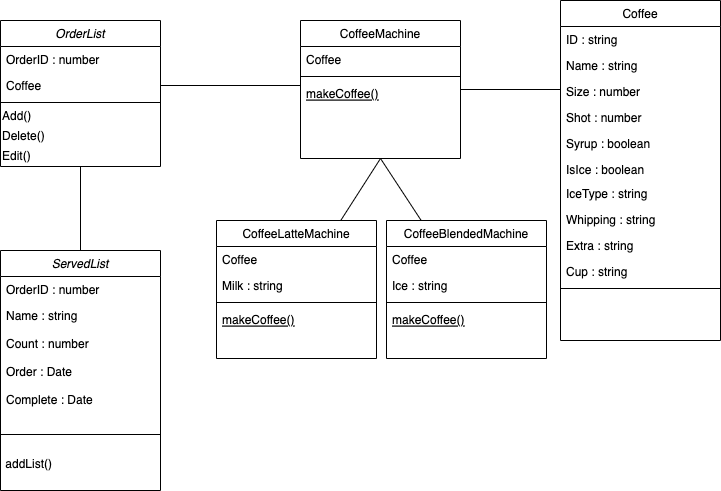
Earlier version of the draw.io export Untitled Diagram.drawio.png (pagers-org/TypeScript-OOP). Source tidied: cells renumbered, new cells last; positions are measured from the earlier drawing's top-left corner, leaving out a move shared by most shapes.
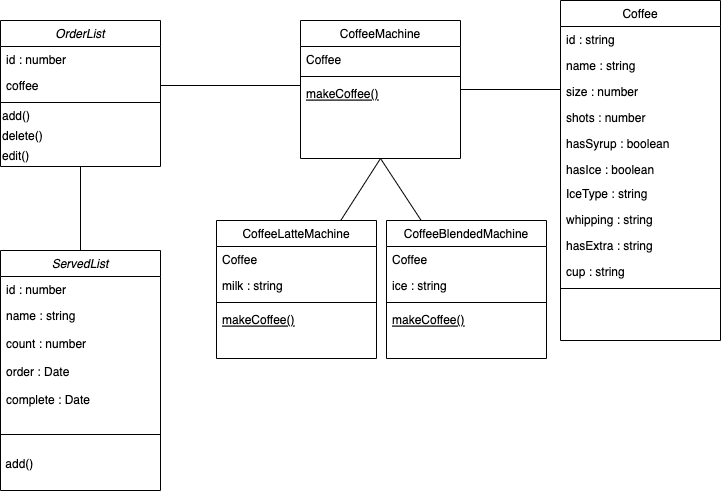
After the commit.

Change to the diagram source:
```diff
@@ -8,22 +8,22 @@
     <mxCell id="3" value="OrderList" style="swimlane;fontStyle=2;align=center;verticalAlign=top;horizontal=1;startSize=26;rounded=0;shadow=0;strokeWidth=1;" parent="1" vertex="1">
       <mxGeometry y="20" width="160" height="146" as="geometry" />
     </mxCell>
-    <mxCell id="4" value="OrderID : number" style="text;align=left;verticalAlign=top;spacingLeft=4;spacingRight=4;overflow=hidden;" parent="3" vertex="1">
+    <mxCell id="4" value="id : number" style="text;align=left;verticalAlign=top;spacingLeft=4;spacingRight=4;overflow=hidden;" parent="3" vertex="1">
       <mxGeometry y="26" width="160" height="26" as="geometry" />
     </mxCell>
-    <mxCell id="5" value="Coffee" style="text;align=left;verticalAlign=top;spacingLeft=4;spacingRight=4;overflow=hidden;points=[[0,0.5],[1,0.5]];portConstraint=eastwest;rounded=0;shadow=0;html=0;" parent="3" vertex="1">
+    <mxCell id="5" value="coffee" style="text;align=left;verticalAlign=top;spacingLeft=4;spacingRight=4;overflow=hidden;points=[[0,0.5],[1,0.5]];portConstraint=eastwest;rounded=0;shadow=0;html=0;" parent="3" vertex="1">
       <mxGeometry y="52" width="160" height="26" as="geometry" />
     </mxCell>
     <mxCell id="6" style="line;html=1;strokeWidth=1;align=left;verticalAlign=middle;spacingTop=-1;spacingLeft=3;spacingRight=3;labelPosition=right;" parent="3" vertex="1">
       <mxGeometry y="78" width="160" height="8" as="geometry" />
     </mxCell>
-    <mxCell id="7" value="Add()" style="text;html=1;align=left;verticalAlign=middle;strokeColor=none;fillColor=none;" parent="3" vertex="1">
+    <mxCell id="7" value="add()" style="text;html=1;align=left;verticalAlign=middle;strokeColor=none;fillColor=none;" parent="3" vertex="1">
       <mxGeometry y="86" width="160" height="20" as="geometry" />
     </mxCell>
-    <mxCell id="8" value="Delete()" style="text;html=1;align=left;verticalAlign=middle;strokeColor=none;fillColor=none;" parent="3" vertex="1">
+    <mxCell id="8" value="delete()" style="text;html=1;align=left;verticalAlign=middle;strokeColor=none;fillColor=none;" parent="3" vertex="1">
       <mxGeometry y="106" width="160" height="20" as="geometry" />
     </mxCell>
-    <mxCell id="9" value="Edit()" style="text;html=1;align=left;verticalAlign=middle;strokeColor=none;fillColor=none;" parent="3" vertex="1">
+    <mxCell id="9" value="edit()" style="text;html=1;align=left;verticalAlign=middle;strokeColor=none;fillColor=none;" parent="3" vertex="1">
       <mxGeometry y="126" width="160" height="20" as="geometry" />
     </mxCell>
     <mxCell id="10" style="rounded=0;jettySize=auto;html=1;endArrow=none;endFill=0;" parent="1" edge="1" source="11">
@@ -46,34 +46,34 @@
     <mxCell id="15" value="Coffee" style="swimlane;fontStyle=0;align=center;verticalAlign=top;horizontal=1;startSize=26;rounded=0;shadow=0;strokeWidth=1;" parent="1" vertex="1">
       <mxGeometry x="560" width="160" height="340" as="geometry" />
     </mxCell>
-    <mxCell id="16" value="ID : string&#10; " style="text;align=left;verticalAlign=top;spacingLeft=4;spacingRight=4;overflow=hidden;" parent="15" vertex="1">
+    <mxCell id="16" value="id : string&#10; " style="text;align=left;verticalAlign=top;spacingLeft=4;spacingRight=4;overflow=hidden;" parent="15" vertex="1">
       <mxGeometry y="26" width="160" height="26" as="geometry" />
     </mxCell>
-    <mxCell id="17" value="Name : string" style="text;align=left;verticalAlign=top;spacingLeft=4;spacingRight=4;overflow=hidden;rounded=0;shadow=0;html=0;" parent="15" vertex="1">
+    <mxCell id="17" value="name : string" style="text;align=left;verticalAlign=top;spacingLeft=4;spacingRight=4;overflow=hidden;rounded=0;shadow=0;html=0;" parent="15" vertex="1">
       <mxGeometry y="52" width="160" height="26" as="geometry" />
     </mxCell>
-    <mxCell id="18" value="Size : number" style="text;align=left;verticalAlign=top;spacingLeft=4;spacingRight=4;overflow=hidden;rounded=0;shadow=0;html=0;" parent="15" vertex="1">
+    <mxCell id="18" value="size : number" style="text;align=left;verticalAlign=top;spacingLeft=4;spacingRight=4;overflow=hidden;rounded=0;shadow=0;html=0;" parent="15" vertex="1">
       <mxGeometry y="78" width="160" height="26" as="geometry" />
     </mxCell>
-    <mxCell id="19" value="Shot : number" style="text;align=left;verticalAlign=top;spacingLeft=4;spacingRight=4;overflow=hidden;rounded=0;shadow=0;html=0;" parent="15" vertex="1">
+    <mxCell id="19" value="shots : number" style="text;align=left;verticalAlign=top;spacingLeft=4;spacingRight=4;overflow=hidden;rounded=0;shadow=0;html=0;" parent="15" vertex="1">
       <mxGeometry y="104" width="160" height="26" as="geometry" />
     </mxCell>
-    <mxCell id="20" value="Syrup : boolean" style="text;align=left;verticalAlign=top;spacingLeft=4;spacingRight=4;overflow=hidden;rounded=0;shadow=0;html=0;" parent="15" vertex="1">
+    <mxCell id="20" value="hasSyrup : boolean" style="text;align=left;verticalAlign=top;spacingLeft=4;spacingRight=4;overflow=hidden;rounded=0;shadow=0;html=0;" parent="15" vertex="1">
       <mxGeometry y="130" width="160" height="26" as="geometry" />
     </mxCell>
-    <mxCell id="21" value="IsIce : boolean" style="text;align=left;verticalAlign=top;spacingLeft=4;spacingRight=4;overflow=hidden;" parent="15" vertex="1">
+    <mxCell id="21" value="hasIce : boolean" style="text;align=left;verticalAlign=top;spacingLeft=4;spacingRight=4;overflow=hidden;" parent="15" vertex="1">
       <mxGeometry y="156" width="160" height="24" as="geometry" />
     </mxCell>
     <mxCell id="22" value="IceType : string" style="text;align=left;verticalAlign=top;spacingLeft=4;spacingRight=4;overflow=hidden;rounded=0;shadow=0;html=0;" parent="15" vertex="1">
       <mxGeometry y="180" width="160" height="26" as="geometry" />
     </mxCell>
-    <mxCell id="23" value="Whipping : string" style="text;align=left;verticalAlign=top;spacingLeft=4;spacingRight=4;overflow=hidden;" parent="15" vertex="1">
+    <mxCell id="23" value="whipping : string" style="text;align=left;verticalAlign=top;spacingLeft=4;spacingRight=4;overflow=hidden;" parent="15" vertex="1">
       <mxGeometry y="206" width="160" height="26" as="geometry" />
     </mxCell>
-    <mxCell id="24" value="Extra : string" style="text;align=left;verticalAlign=top;spacingLeft=4;spacingRight=4;overflow=hidden;" parent="15" vertex="1">
+    <mxCell id="24" value="hasExtra : string" style="text;align=left;verticalAlign=top;spacingLeft=4;spacingRight=4;overflow=hidden;" parent="15" vertex="1">
       <mxGeometry y="232" width="160" height="26" as="geometry" />
     </mxCell>
-    <mxCell id="25" value="Cup : string" style="text;align=left;verticalAlign=top;spacingLeft=4;spacingRight=4;overflow=hidden;" parent="15" vertex="1">
+    <mxCell id="25" value="cup : string" style="text;align=left;verticalAlign=top;spacingLeft=4;spacingRight=4;overflow=hidden;" parent="15" vertex="1">
       <mxGeometry y="258" width="160" height="26" as="geometry" />
     </mxCell>
     <mxCell id="26" style="line;html=1;strokeWidth=1;align=left;verticalAlign=middle;spacingTop=-1;spacingLeft=3;spacingRight=3;labelPosition=right;" parent="15" vertex="1">
@@ -90,25 +90,25 @@
     <mxCell id="29" value="ServedList" style="swimlane;fontStyle=2;align=center;verticalAlign=top;horizontal=1;startSize=26;rounded=0;shadow=0;strokeWidth=1;" parent="1" vertex="1">
       <mxGeometry y="250" width="160" height="240" as="geometry" />
     </mxCell>
-    <mxCell id="30" value="OrderID : number" style="text;align=left;verticalAlign=top;spacingLeft=4;spacingRight=4;overflow=hidden;" parent="29" vertex="1">
+    <mxCell id="30" value="id : number" style="text;align=left;verticalAlign=top;spacingLeft=4;spacingRight=4;overflow=hidden;" parent="29" vertex="1">
       <mxGeometry y="26" width="160" height="26" as="geometry" />
     </mxCell>
-    <mxCell id="31" value="Name : string&#10;" style="text;align=left;verticalAlign=top;spacingLeft=4;spacingRight=4;overflow=hidden;rounded=0;shadow=0;html=0;" parent="29" vertex="1">
+    <mxCell id="31" value="name : string&#10;" style="text;align=left;verticalAlign=top;spacingLeft=4;spacingRight=4;overflow=hidden;rounded=0;shadow=0;html=0;" parent="29" vertex="1">
       <mxGeometry y="52" width="160" height="28" as="geometry" />
     </mxCell>
-    <mxCell id="32" value="Count : number&#10;" style="text;align=left;verticalAlign=top;spacingLeft=4;spacingRight=4;overflow=hidden;rounded=0;shadow=0;html=0;" parent="29" vertex="1">
+    <mxCell id="32" value="count : number&#10;" style="text;align=left;verticalAlign=top;spacingLeft=4;spacingRight=4;overflow=hidden;rounded=0;shadow=0;html=0;" parent="29" vertex="1">
       <mxGeometry y="80" width="160" height="28" as="geometry" />
     </mxCell>
-    <mxCell id="33" value="Order : Date" style="text;align=left;verticalAlign=top;spacingLeft=4;spacingRight=4;overflow=hidden;rounded=0;shadow=0;html=0;" parent="29" vertex="1">
+    <mxCell id="33" value="order : Date" style="text;align=left;verticalAlign=top;spacingLeft=4;spacingRight=4;overflow=hidden;rounded=0;shadow=0;html=0;" parent="29" vertex="1">
       <mxGeometry y="108" width="160" height="28" as="geometry" />
     </mxCell>
-    <mxCell id="34" value="Complete : Date" style="text;align=left;verticalAlign=top;spacingLeft=4;spacingRight=4;overflow=hidden;rounded=0;shadow=0;html=0;" parent="29" vertex="1">
+    <mxCell id="34" value="complete : Date" style="text;align=left;verticalAlign=top;spacingLeft=4;spacingRight=4;overflow=hidden;rounded=0;shadow=0;html=0;" parent="29" vertex="1">
       <mxGeometry y="136" width="160" height="28" as="geometry" />
     </mxCell>
     <mxCell id="35" style="line;html=1;strokeWidth=1;align=left;verticalAlign=middle;spacingTop=-1;spacingLeft=3;spacingRight=3;labelPosition=right;" parent="29" vertex="1">
       <mxGeometry y="164" width="160" height="40" as="geometry" />
     </mxCell>
-    <mxCell id="36" value="&amp;nbsp;addList()" style="text;html=1;align=left;verticalAlign=middle;strokeColor=none;fillColor=none;" parent="29" vertex="1">
+    <mxCell id="36" value="&amp;nbsp;add()" style="text;html=1;align=left;verticalAlign=middle;strokeColor=none;fillColor=none;" parent="29" vertex="1">
       <mxGeometry y="204" width="160" height="20" as="geometry" />
     </mxCell>
     <mxCell id="37" style="edgeStyle=none;rounded=0;jettySize=auto;html=1;entryX=0.5;entryY=1;entryDx=0;entryDy=0;endArrow=none;endFill=0;" parent="1" edge="1" source="38" target="11">
@@ -120,7 +120,7 @@
     <mxCell id="39" value="Coffee" style="text;align=left;verticalAlign=top;spacingLeft=4;spacingRight=4;overflow=hidden;" parent="38" vertex="1">
       <mxGeometry y="26" width="160" height="26" as="geometry" />
     </mxCell>
-    <mxCell id="40" value="Milk : string" style="text;align=left;verticalAlign=top;spacingLeft=4;spacingRight=4;overflow=hidden;" parent="38" vertex="1">
+    <mxCell id="40" value="milk : string" style="text;align=left;verticalAlign=top;spacingLeft=4;spacingRight=4;overflow=hidden;" parent="38" vertex="1">
       <mxGeometry y="52" width="160" height="26" as="geometry" />
     </mxCell>
     <mxCell id="41" style="line;html=1;strokeWidth=1;align=left;verticalAlign=middle;spacingTop=-1;spacingLeft=3;spacingRight=3;labelPosition=right;" parent="38" vertex="1">
@@ -138,7 +138,7 @@
     <mxCell id="45" value="Coffee" style="text;align=left;verticalAlign=top;spacingLeft=4;spacingRight=4;overflow=hidden;" parent="44" vertex="1">
       <mxGeometry y="26" width="160" height="26" as="geometry" />
     </mxCell>
-    <mxCell id="46" value="Ice : string" style="text;align=left;verticalAlign=top;spacingLeft=4;spacingRight=4;overflow=hidden;" parent="44" vertex="1">
+    <mxCell id="46" value="ice : string" style="text;align=left;verticalAlign=top;spacingLeft=4;spacingRight=4;overflow=hidden;" parent="44" vertex="1">
       <mxGeometry y="52" width="160" height="26" as="geometry" />
     </mxCell>
     <mxCell id="47" style="line;html=1;strokeWidth=1;align=left;verticalAlign=middle;spacingTop=-1;spacingLeft=3;spacingRight=3;labelPosition=right;" parent="44" vertex="1">
```
